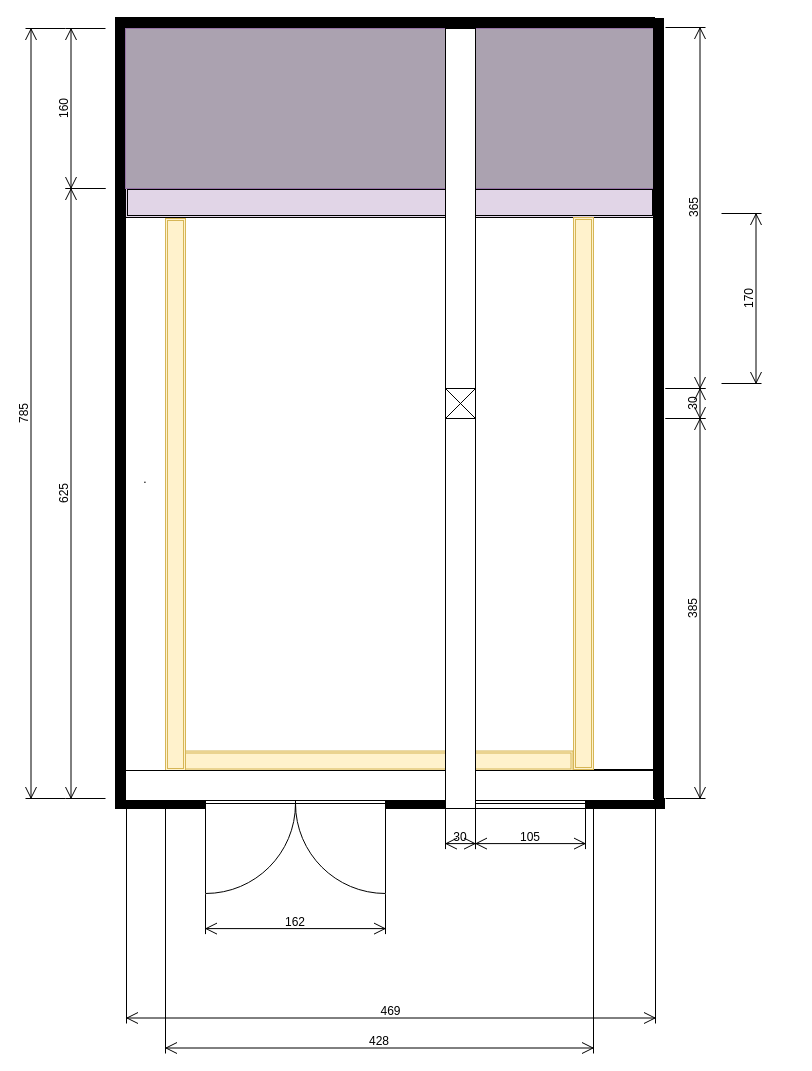
fckff/drawio keeps this draw.io diagram as atelier.drawio. Above is the earlier version. Source tidied: cells renumbered, new cells numbered last; positions are measured from the earlier drawing's top-left corner, leaving out a move shared by most shapes. Both pictures are drawn from the tidied source at 100%, with x=0, y=0 at pixel (25, 17).
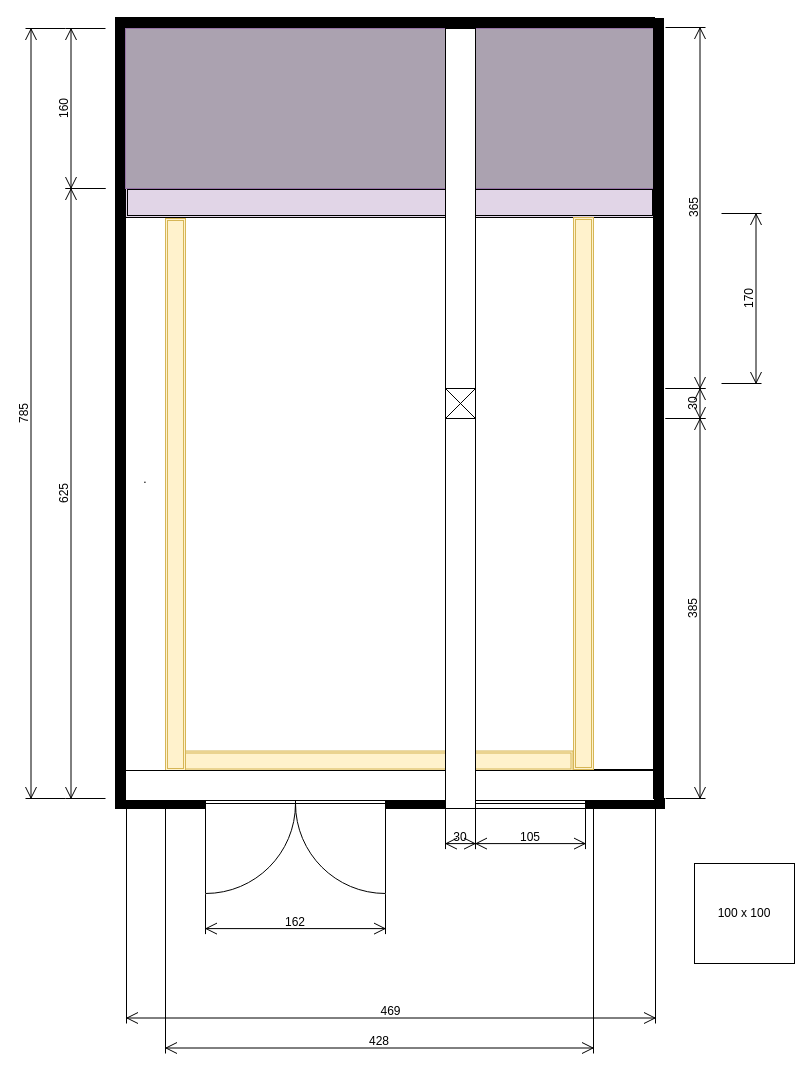
After the change.

Diff of the diagram source:
```diff
@@
+    <mxCell id="33" value="100 x 100" style="whiteSpace=wrap;html=1;" parent="1" vertex="1">
+      <mxGeometry x="669" y="846" width="100" height="100" as="geometry" />
+    </mxCell>
```
